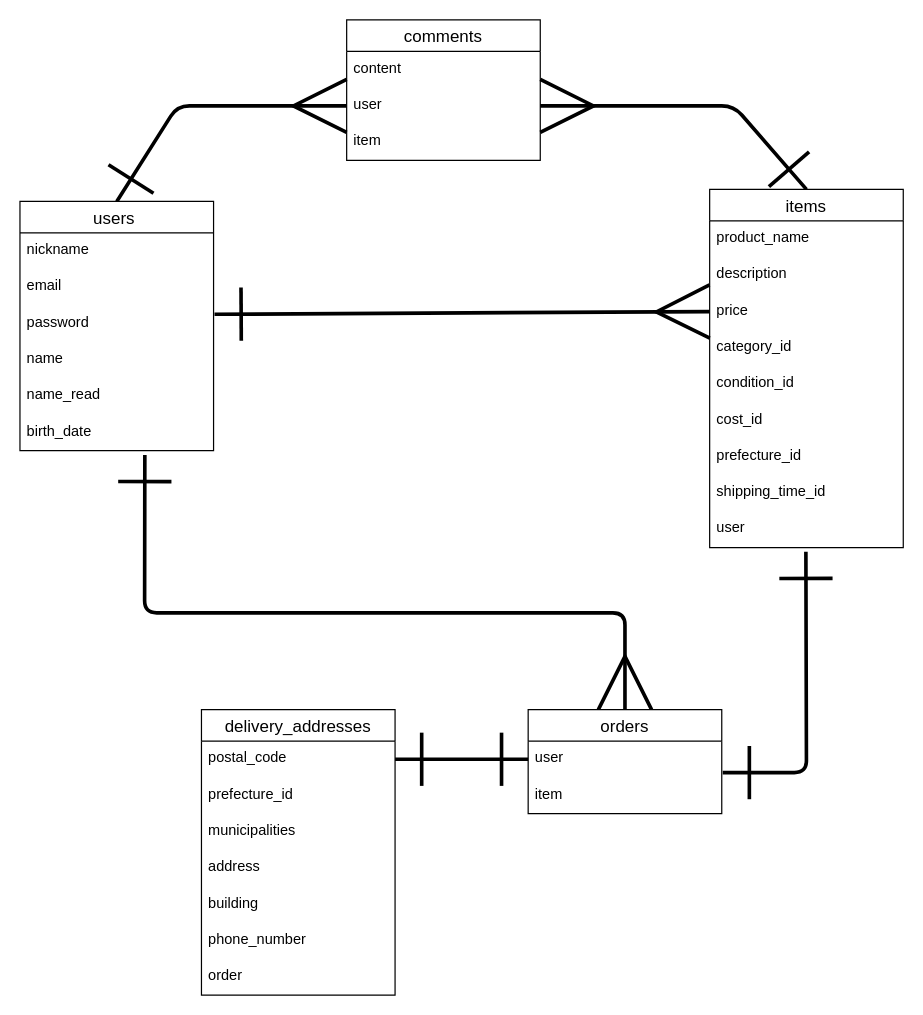
Above: ER.dio in umetoyama/furima-37362 (draw.io), before the change. Source tidied: cells renumbered, new cells numbered last; positions are measured from the earlier drawing's top-left corner, leaving out a move shared by most shapes. Both pictures are drawn from the tidied source at 121%, with x=0, y=0 at pixel (19, 19).
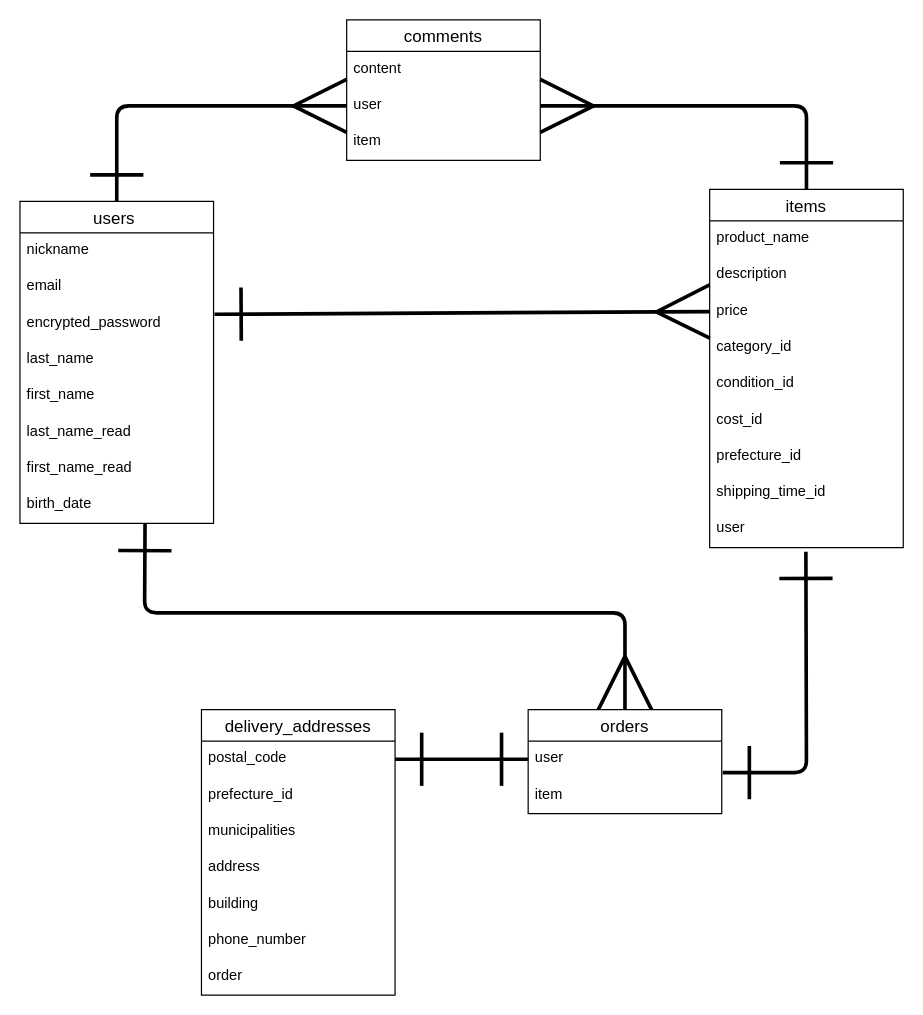
After the change.

Commit message (it also covers changes not shown here):
データベース設計 修正#3

The change refers to these unchanged cells:
```xml
<mxCell id="12" value="items" style="swimlane;fontStyle=0;horizontal=1;startSize=26;align=center;fontSize=14;" parent="1" vertex="1">
  <mxGeometry x="570" y="140" width="160" height="296" as="geometry" />
</mxCell>
<mxCell id="24" value="user" style="text;strokeColor=none;fillColor=none;spacingLeft=4;spacingRight=4;overflow=hidden;points=[[0,0.5],[1,0.5]];portConstraint=eastwest;fontSize=12;" parent="22" vertex="1">
  <mxGeometry y="56" width="160" height="30" as="geometry" />
</mxCell>
<mxCell id="26" value="orders" style="swimlane;fontStyle=0;horizontal=1;startSize=26;align=center;fontSize=14;" parent="1" vertex="1">
  <mxGeometry x="420" y="570" width="160" height="86" as="geometry" />
</mxCell>
```

Diff of the diagram source:
```diff
@@
     <mxCell id="2" style="edgeStyle=none;html=1;exitX=0.5;exitY=0;exitDx=0;exitDy=0;startArrow=ERone;startFill=0;endArrow=ERmany;endFill=0;startSize=40;endSize=40;strokeWidth=3;entryX=0;entryY=0.5;entryDx=0;entryDy=0;" parent="1" edge="1" source="4" target="24">
       <mxGeometry relative="1" as="geometry">
         <Array as="points">
-          <mxPoint x="130" y="71" />
+          <mxPoint x="80" y="71" />
         </Array>
       </mxGeometry>
     </mxCell>
-    <mxCell id="3" style="edgeStyle=none;html=1;exitX=0.645;exitY=1.117;exitDx=0;exitDy=0;startArrow=ERone;startFill=0;endArrow=ERmany;endFill=0;startSize=40;endSize=40;strokeWidth=3;exitPerimeter=0;entryX=0.5;entryY=0;entryDx=0;entryDy=0;" parent="1" edge="1" source="10" target="26">
+    <mxCell id="3" style="edgeStyle=none;html=1;startArrow=ERone;startFill=0;endArrow=ERmany;endFill=0;startSize=40;endSize=40;strokeWidth=3;entryX=0.5;entryY=0;entryDx=0;entryDy=0;exitX=0.646;exitY=1.018;exitDx=0;exitDy=0;exitPerimeter=0;" parent="1" edge="1" source="41" target="26">
       <mxGeometry relative="1" as="geometry">
         <Array as="points">
           <mxPoint x="103" y="490" />
           <mxPoint x="500" y="490" />
         </Array>
       </mxGeometry>
     </mxCell>
     <mxCell id="4" value="users " style="swimlane;fontStyle=0;horizontal=1;startSize=26;align=center;fontSize=14;" parent="1" vertex="1">
-      <mxGeometry y="150" width="160" height="206" as="geometry" />
+      <mxGeometry y="150" width="160" height="266" as="geometry" />
     </mxCell>
@@
-    <mxCell id="7" value="password" style="text;strokeColor=none;fillColor=none;spacingLeft=4;spacingRight=4;overflow=hidden;points=[[0,0.5],[1,0.5]];portConstraint=eastwest;fontSize=12;" parent="4" vertex="1">
+    <mxCell id="7" value="encrypted_password" style="text;strokeColor=none;fillColor=none;spacingLeft=4;spacingRight=4;overflow=hidden;points=[[0,0.5],[1,0.5]];portConstraint=eastwest;fontSize=12;" parent="4" vertex="1">
       <mxGeometry y="86" width="160" height="30" as="geometry" />
     </mxCell>
-    <mxCell id="8" value="name" style="text;strokeColor=none;fillColor=none;spacingLeft=4;spacingRight=4;overflow=hidden;fontSize=12;" parent="4" vertex="1">
+    <mxCell id="8" value="last_name" style="text;strokeColor=none;fillColor=none;spacingLeft=4;spacingRight=4;overflow=hidden;fontSize=12;" parent="4" vertex="1">
       <mxGeometry y="116" width="160" height="30" as="geometry" />
     </mxCell>
-    <mxCell id="9" value="name_read" style="text;strokeColor=none;fillColor=none;spacingLeft=4;spacingRight=4;overflow=hidden;fontSize=12;" parent="4" vertex="1">
+    <mxCell id="9" value="first_name" style="text;strokeColor=none;fillColor=none;spacingLeft=4;spacingRight=4;overflow=hidden;fontSize=12;" parent="4" vertex="1">
       <mxGeometry y="146" width="160" height="30" as="geometry" />
     </mxCell>
-    <mxCell id="10" value="birth_date" style="text;strokeColor=none;fillColor=none;spacingLeft=4;spacingRight=4;overflow=hidden;points=[[0,0.5],[1,0.5]];portConstraint=eastwest;fontSize=12;" parent="4" vertex="1">
+    <mxCell id="10" value="last_name_read" style="text;strokeColor=none;fillColor=none;spacingLeft=4;spacingRight=4;overflow=hidden;points=[[0,0.5],[1,0.5]];portConstraint=eastwest;fontSize=12;" parent="4" vertex="1">
       <mxGeometry y="176" width="160" height="30" as="geometry" />
     </mxCell>
+    <mxCell id="40" value="first_name_read" style="text;strokeColor=none;fillColor=none;spacingLeft=4;spacingRight=4;overflow=hidden;fontSize=12;" parent="4" vertex="1">
+      <mxGeometry y="206" width="160" height="30" as="geometry" />
+    </mxCell>
+    <mxCell id="41" value="birth_date" style="text;strokeColor=none;fillColor=none;spacingLeft=4;spacingRight=4;overflow=hidden;points=[[0,0.5],[1,0.5]];portConstraint=eastwest;fontSize=12;" parent="4" vertex="1">
+      <mxGeometry y="236" width="160" height="30" as="geometry" />
+    </mxCell>
     <mxCell id="11" style="edgeStyle=none;html=1;exitX=0.5;exitY=0;exitDx=0;exitDy=0;entryX=1;entryY=0.5;entryDx=0;entryDy=0;startArrow=ERone;startFill=0;endArrow=ERmany;endFill=0;startSize=40;endSize=40;strokeWidth=3;" parent="1" edge="1" source="12" target="24">
       <mxGeometry relative="1" as="geometry">
         <Array as="points">
-          <mxPoint x="590" y="71" />
+          <mxPoint x="650" y="71" />
         </Array>
       </mxGeometry>
     </mxCell>
```
